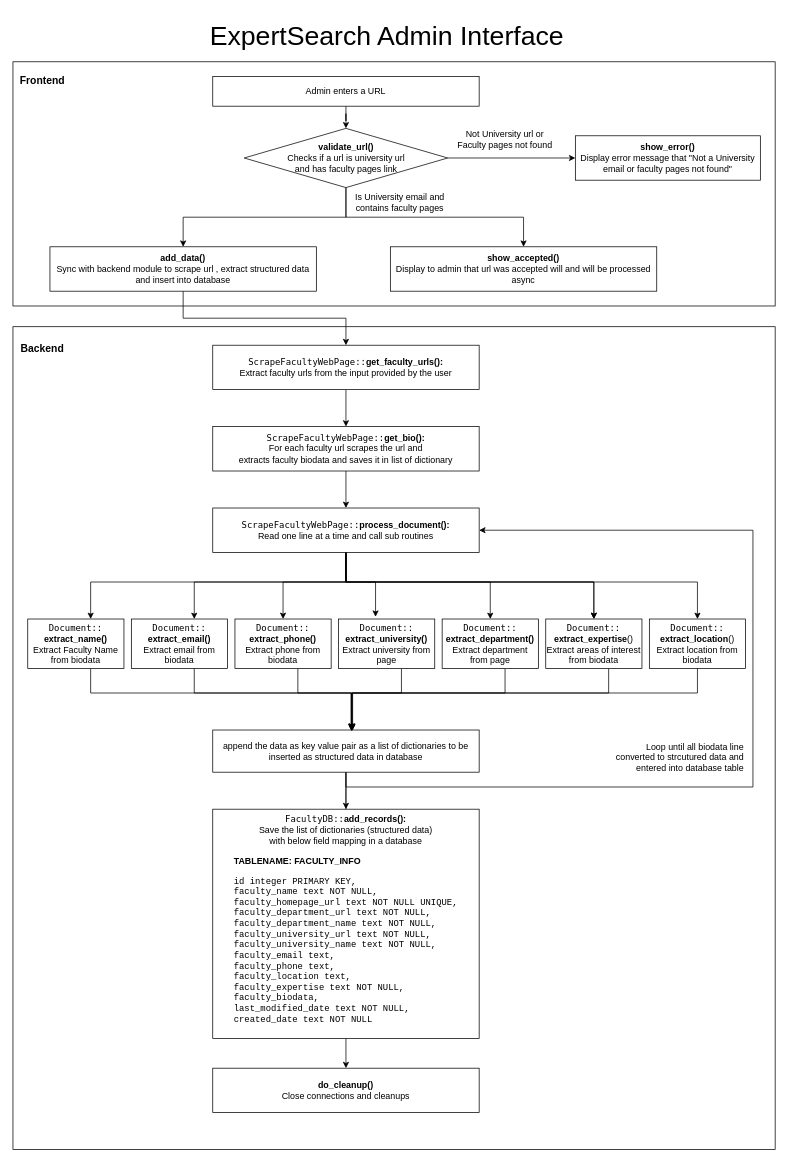
Earlier version of the draw.io diagram docs/workflows/drawio/admin.drawio (ujjalsaha/FacultySearchEngine). Source tidied: cells renumbered, new cells numbered last; positions are measured from the earlier drawing's top-left corner, leaving out a move shared by most shapes. Both pictures are drawn from the tidied source at 74%, with x=0, y=0 at pixel (13, 24).
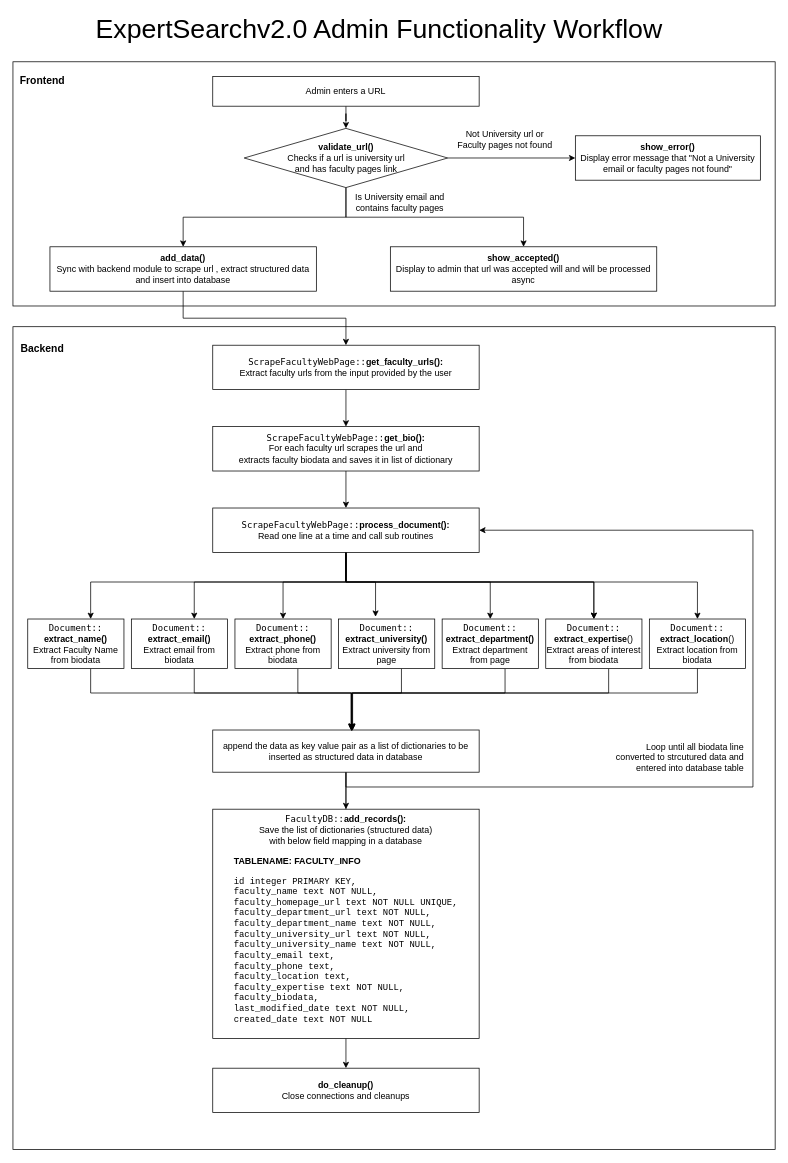
Above is the later version.

Change to the diagram source:
```diff
@@
-    <mxCell id="52" value="&lt;font style=&quot;font-size: 36px&quot;&gt;ExpertSearch Admin Interface&lt;/font&gt;" style="text;html=1;strokeColor=none;fillColor=none;align=center;verticalAlign=middle;whiteSpace=wrap;rounded=0;" parent="1" vertex="1">
-      <mxGeometry x="242.5" width="525" height="30" as="geometry" />
-    </mxCell>
+    <mxCell id="53" value="&lt;font style=&quot;font-size: 36px&quot;&gt;ExpertSearchv2.0 Admin Functionality Workflow&lt;/font&gt;" style="text;html=1;strokeColor=none;fillColor=none;align=center;verticalAlign=middle;whiteSpace=wrap;rounded=0;" parent="1" vertex="1">
+      <mxGeometry x="100" y="-10" width="790" height="30" as="geometry" />
+    </mxCell>
```
